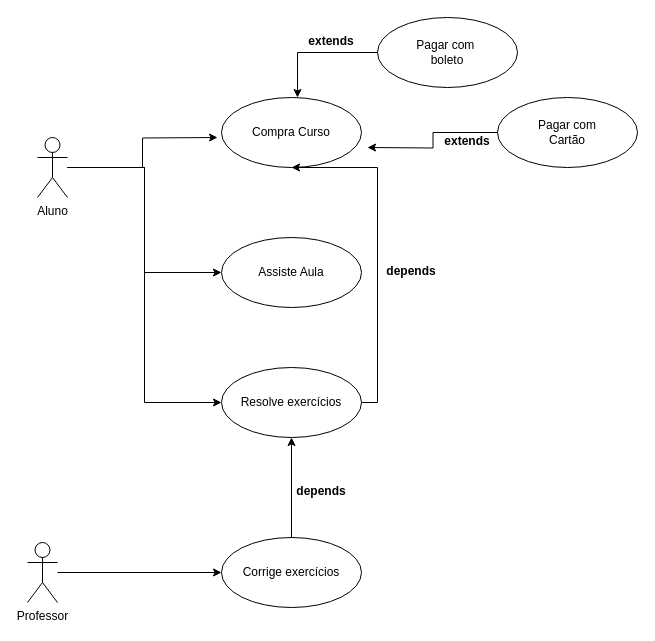
Earlier version of the draw.io diagram e-learning-platform-UML.drawio (denisfelic/e-learning-platform-UML). Source tidied: cells renumbered, new cells numbered last; positions are measured from the earlier drawing's top-left corner, leaving out a move shared by most shapes. Both pictures are drawn from the tidied source at 100%, with x=0, y=0 at pixel (27, 17).
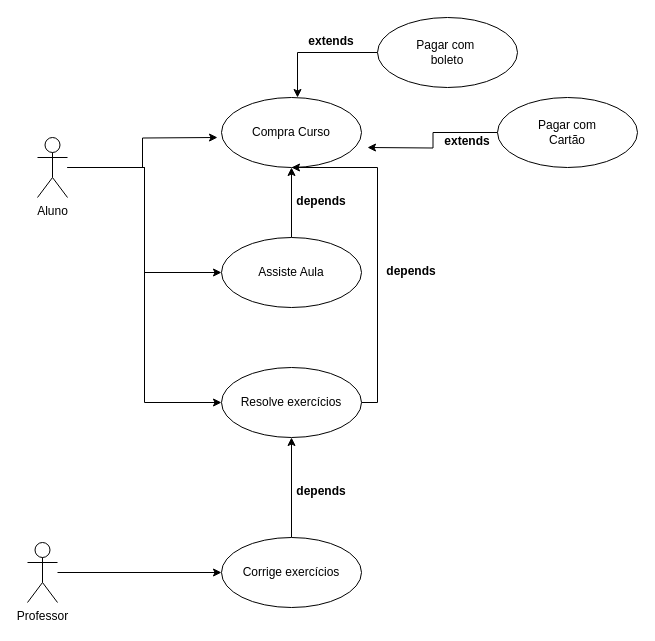
After the change.

Unchanged cells that the change refers to:
```xml
<mxCell id="6" value="Compra Curso" style="ellipse;whiteSpace=wrap;html=1;" parent="1" vertex="1">
  <mxGeometry x="194" y="80" width="140" height="70" as="geometry" />
</mxCell>
<mxCell id="13" value="Assiste Aula" style="ellipse;whiteSpace=wrap;html=1;" parent="1" vertex="1">
  <mxGeometry x="194" y="220" width="140" height="70" as="geometry" />
</mxCell>
```

The edit, as a diff of the source:
```diff
@@
+    <mxCell id="22" style="edgeStyle=orthogonalEdgeStyle;rounded=0;jettySize=auto;html=1;entryX=0.5;entryY=1;entryDx=0;entryDy=0;" parent="1" edge="1" source="13" target="6">
+      <mxGeometry relative="1" as="geometry" />
+    </mxCell>
@@
+    <mxCell id="23" value="depends" style="text;align=center;fontStyle=1;verticalAlign=middle;spacingLeft=3;spacingRight=3;strokeColor=none;" parent="1" vertex="1">
+      <mxGeometry x="254" y="170" width="80" height="26" as="geometry" />
+    </mxCell>
```
